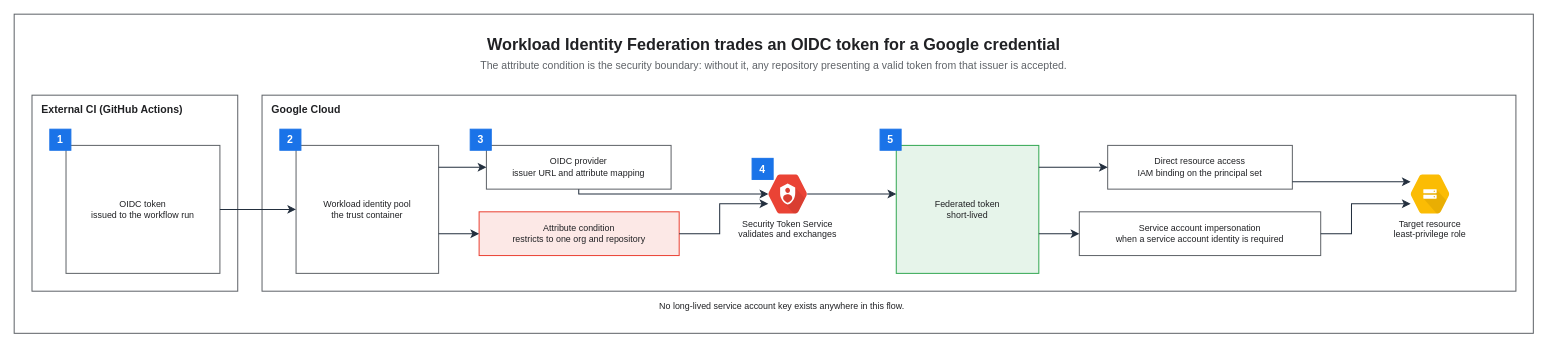
Above: assets/img/gcp/gcp-wif-token-exchange-flow.drawio in KKamJi98/kkamji98.github.io (draw.io), before the change. Source tidied: cells renumbered, new cells numbered last; positions are measured from the earlier drawing's top-left corner, leaving out a move shared by most shapes. Both pictures are drawn from the tidied source at 81%, with x=0, y=0 at pixel (14, 14).
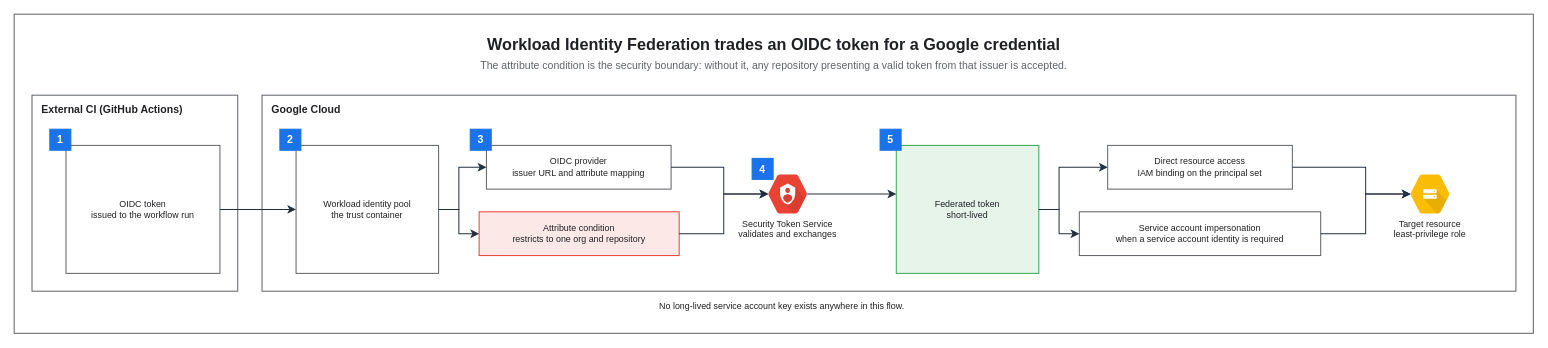
The same page after the edit.

Unchanged cells that the change refers to:
```xml
<mxCell id="8" value="Workload identity pool&#10;the trust container" style="rounded=0;whiteSpace=wrap;html=0;fillColor=#FFFFFF;strokeColor=#5F6368;fontColor=#202124;fontSize=11;fontStyle=0;align=center;verticalAlign=middle;spacingLeft=6;spacingRight=6;strokeWidth=1.25;" parent="1" vertex="1">
  <mxGeometry x="348" y="162" width="176" height="158" as="geometry" />
</mxCell>
<mxCell id="9" value="OIDC provider&#10;issuer URL and attribute mapping" style="rounded=0;whiteSpace=wrap;html=0;fillColor=#FFFFFF;strokeColor=#5F6368;fontColor=#202124;fontSize=11;fontStyle=0;align=center;verticalAlign=middle;spacingLeft=6;spacingRight=6;strokeWidth=1.25;" parent="1" vertex="1">
  <mxGeometry x="583" y="162" width="228" height="54" as="geometry" />
</mxCell>
<mxCell id="10" value="Attribute condition&#10;restricts to one org and repository" style="rounded=0;whiteSpace=wrap;html=0;fillColor=#FCE8E6;strokeColor=#EA4335;fontColor=#202124;fontSize=11;fontStyle=0;align=center;verticalAlign=middle;spacingLeft=6;spacingRight=6;strokeWidth=1.25;" parent="1" vertex="1">
  <mxGeometry x="574" y="244" width="247" height="54" as="geometry" />
</mxCell>
<mxCell id="11" value="Security Token Service&#10;validates and exchanges" style="sketch=0;outlineConnect=0;gradientColor=none;html=0;whiteSpace=nowrap;fontSize=11;fontStyle=0;fontColor=#202124;verticalLabelPosition=bottom;verticalAlign=top;align=center;labelBackgroundColor=none;fillColor=#EA4335;strokeColor=none;dashed=0;shape=mxgraph.gcp2.cloud_iam;" parent="1" vertex="1">
  <mxGeometry x="931" y="198" width="48" height="48" as="geometry" />
</mxCell>
<mxCell id="12" value="Federated token&#10;short-lived" style="rounded=0;whiteSpace=wrap;html=0;fillColor=#E6F4EA;strokeColor=#34A853;fontColor=#202124;fontSize=11;fontStyle=0;align=center;verticalAlign=middle;spacingLeft=6;spacingRight=6;strokeWidth=1.25;" parent="1" vertex="1">
  <mxGeometry x="1089" y="162" width="176" height="158" as="geometry" />
</mxCell>
<mxCell id="13" value="Direct resource access&#10;IAM binding on the principal set" style="rounded=0;whiteSpace=wrap;html=0;fillColor=#FFFFFF;strokeColor=#5F6368;fontColor=#202124;fontSize=11;fontStyle=0;align=center;verticalAlign=middle;spacingLeft=6;spacingRight=6;strokeWidth=1.25;" parent="1" vertex="1">
  <mxGeometry x="1350" y="162" width="228" height="54" as="geometry" />
</mxCell>
<mxCell id="14" value="Service account impersonation&#10;when a service account identity is required" style="rounded=0;whiteSpace=wrap;html=0;fillColor=#FFFFFF;strokeColor=#5F6368;fontColor=#202124;fontSize=11;fontStyle=0;align=center;verticalAlign=middle;spacingLeft=6;spacingRight=6;strokeWidth=1.25;" parent="1" vertex="1">
  <mxGeometry x="1315" y="244" width="298" height="54" as="geometry" />
</mxCell>
<mxCell id="15" value="Target resource&#10;least-privilege role" style="sketch=0;outlineConnect=0;gradientColor=none;html=0;whiteSpace=nowrap;fontSize=11;fontStyle=0;fontColor=#202124;verticalLabelPosition=bottom;verticalAlign=top;align=center;labelBackgroundColor=none;fillColor=#FBBC04;strokeColor=none;dashed=0;shape=mxgraph.gcp2.cloud_storage;" parent="1" vertex="1">
  <mxGeometry x="1724" y="198" width="48" height="48" as="geometry" />
</mxCell>
```

What changed in the source:
```diff
@@
-    <mxCell id="23" style="edgeStyle=orthogonalEdgeStyle;rounded=0;html=0;strokeColor=#232F3E;strokeWidth=1.25;endArrow=classic;endFill=1;endSize=7;fontSize=11;fontColor=#202124;labelBackgroundColor=none;jettySize=14;exitX=1;exitY=0.1709;entryX=0;entryY=0.5;exitDx=0;exitDy=0;entryDx=0;entryDy=0;" parent="1" edge="1" source="8" target="9">
-      <mxGeometry relative="1" as="geometry" />
+    <mxCell id="23" style="edgeStyle=orthogonalEdgeStyle;rounded=0;html=0;strokeColor=#232F3E;strokeWidth=1.25;endArrow=classic;endFill=1;endSize=7;fontSize=11;fontColor=#202124;labelBackgroundColor=none;jettySize=14;exitX=1;exitY=0.5;entryX=0;entryY=0.5;exitDx=0;exitDy=0;entryDx=0;entryDy=0;" parent="1" edge="1" source="8" target="9">
+      <mxGeometry relative="1" as="geometry">
+        <Array as="points">
+          <mxPoint x="549" y="241" />
+          <mxPoint x="549" y="189" />
+        </Array>
+      </mxGeometry>
     </mxCell>
-    <mxCell id="24" style="edgeStyle=orthogonalEdgeStyle;rounded=0;html=0;strokeColor=#232F3E;strokeWidth=1.25;endArrow=classic;endFill=1;endSize=7;fontSize=11;fontColor=#202124;labelBackgroundColor=none;jettySize=14;exitX=1;exitY=0.6899;entryX=0;entryY=0.5;exitDx=0;exitDy=0;entryDx=0;entryDy=0;" parent="1" edge="1" source="8" target="10">
-      <mxGeometry relative="1" as="geometry" />
+    <mxCell id="24" style="edgeStyle=orthogonalEdgeStyle;rounded=0;html=0;strokeColor=#232F3E;strokeWidth=1.25;endArrow=classic;endFill=1;endSize=7;fontSize=11;fontColor=#202124;labelBackgroundColor=none;jettySize=14;exitX=1;exitY=0.5;entryX=0;entryY=0.5;exitDx=0;exitDy=0;entryDx=0;entryDy=0;" parent="1" edge="1" source="8" target="10">
+      <mxGeometry relative="1" as="geometry">
+        <Array as="points">
+          <mxPoint x="549" y="241" />
+          <mxPoint x="549" y="271" />
+        </Array>
+      </mxGeometry>
     </mxCell>
-    <mxCell id="25" style="edgeStyle=orthogonalEdgeStyle;rounded=0;html=0;strokeColor=#232F3E;strokeWidth=1.25;endArrow=classic;endFill=1;endSize=7;fontSize=11;fontColor=#202124;labelBackgroundColor=none;jettySize=14;exitX=0.5;exitY=1;entryX=0;entryY=0.5;exitDx=0;exitDy=0;entryDx=0;entryDy=0;" parent="1" edge="1" source="9" target="11">
+    <mxCell id="25" style="edgeStyle=orthogonalEdgeStyle;rounded=0;html=0;strokeColor=#232F3E;strokeWidth=1.25;endArrow=classic;endFill=1;endSize=7;fontSize=11;fontColor=#202124;labelBackgroundColor=none;jettySize=14;exitX=1;exitY=0.5;entryX=0;entryY=0.5;exitDx=0;exitDy=0;entryDx=0;entryDy=0;" parent="1" edge="1" source="9" target="11">
       <mxGeometry relative="1" as="geometry">
         <Array as="points">
-          <mxPoint x="697" y="222" />
+          <mxPoint x="876" y="189" />
+          <mxPoint x="876" y="222" />
         </Array>
       </mxGeometry>
     </mxCell>
-    <mxCell id="26" style="edgeStyle=orthogonalEdgeStyle;rounded=0;html=0;strokeColor=#232F3E;strokeWidth=1.25;endArrow=classic;endFill=1;endSize=7;fontSize=11;fontColor=#202124;labelBackgroundColor=none;jettySize=14;exitX=1;exitY=0.5;entryX=0;entryY=0.75;exitDx=0;exitDy=0;entryDx=0;entryDy=0;" parent="1" edge="1" source="10" target="11">
+    <mxCell id="26" style="edgeStyle=orthogonalEdgeStyle;rounded=0;html=0;strokeColor=#232F3E;strokeWidth=1.25;endArrow=classic;endFill=1;endSize=7;fontSize=11;fontColor=#202124;labelBackgroundColor=none;jettySize=14;exitX=1;exitY=0.5;entryX=0;entryY=0.5;exitDx=0;exitDy=0;entryDx=0;entryDy=0;" parent="1" edge="1" source="10" target="11">
       <mxGeometry relative="1" as="geometry">
         <Array as="points">
-          <mxPoint x="871" y="271" />
-          <mxPoint x="871" y="234" />
+          <mxPoint x="876" y="271" />
+          <mxPoint x="876" y="222" />
         </Array>
       </mxGeometry>
     </mxCell>
@@
-    <mxCell id="28" style="edgeStyle=orthogonalEdgeStyle;rounded=0;html=0;strokeColor=#232F3E;strokeWidth=1.25;endArrow=classic;endFill=1;endSize=7;fontSize=11;fontColor=#202124;labelBackgroundColor=none;jettySize=14;exitX=1;exitY=0.1709;entryX=0;entryY=0.5;exitDx=0;exitDy=0;entryDx=0;entryDy=0;" parent="1" edge="1" source="12" target="13">
-      <mxGeometry relative="1" as="geometry" />
+    <mxCell id="28" style="edgeStyle=orthogonalEdgeStyle;rounded=0;html=0;strokeColor=#232F3E;strokeWidth=1.25;endArrow=classic;endFill=1;endSize=7;fontSize=11;fontColor=#202124;labelBackgroundColor=none;jettySize=14;exitX=1;exitY=0.5;entryX=0;entryY=0.5;exitDx=0;exitDy=0;entryDx=0;entryDy=0;" parent="1" edge="1" source="12" target="13">
+      <mxGeometry relative="1" as="geometry">
+        <Array as="points">
+          <mxPoint x="1290" y="241" />
+          <mxPoint x="1290" y="189" />
+        </Array>
+      </mxGeometry>
     </mxCell>
-    <mxCell id="29" style="edgeStyle=orthogonalEdgeStyle;rounded=0;html=0;strokeColor=#232F3E;strokeWidth=1.25;endArrow=classic;endFill=1;endSize=7;fontSize=11;fontColor=#202124;labelBackgroundColor=none;jettySize=14;exitX=1;exitY=0.6899;entryX=0;entryY=0.5;exitDx=0;exitDy=0;entryDx=0;entryDy=0;" parent="1" edge="1" source="12" target="14">
-      <mxGeometry relative="1" as="geometry" />
+    <mxCell id="29" style="edgeStyle=orthogonalEdgeStyle;rounded=0;html=0;strokeColor=#232F3E;strokeWidth=1.25;endArrow=classic;endFill=1;endSize=7;fontSize=11;fontColor=#202124;labelBackgroundColor=none;jettySize=14;exitX=1;exitY=0.5;entryX=0;entryY=0.5;exitDx=0;exitDy=0;entryDx=0;entryDy=0;" parent="1" edge="1" source="12" target="14">
+      <mxGeometry relative="1" as="geometry">
+        <Array as="points">
+          <mxPoint x="1290" y="241" />
+          <mxPoint x="1290" y="271" />
+        </Array>
+      </mxGeometry>
     </mxCell>
-    <mxCell id="30" style="edgeStyle=orthogonalEdgeStyle;rounded=0;html=0;strokeColor=#232F3E;strokeWidth=1.25;endArrow=classic;endFill=1;endSize=7;fontSize=11;fontColor=#202124;labelBackgroundColor=none;jettySize=14;exitX=1;exitY=0.8333;entryX=0;entryY=0.1875;exitDx=0;exitDy=0;entryDx=0;entryDy=0;" parent="1" edge="1" source="13" target="15">
-      <mxGeometry relative="1" as="geometry" />
+    <mxCell id="30" style="edgeStyle=orthogonalEdgeStyle;rounded=0;html=0;strokeColor=#232F3E;strokeWidth=1.25;endArrow=classic;endFill=1;endSize=7;fontSize=11;fontColor=#202124;labelBackgroundColor=none;jettySize=14;exitX=1;exitY=0.5;entryX=0;entryY=0.5;exitDx=0;exitDy=0;entryDx=0;entryDy=0;" parent="1" edge="1" source="13" target="15">
+      <mxGeometry relative="1" as="geometry">
+        <Array as="points">
+          <mxPoint x="1668.5" y="189" />
+          <mxPoint x="1668.5" y="222" />
+        </Array>
+      </mxGeometry>
     </mxCell>
-    <mxCell id="31" style="edgeStyle=orthogonalEdgeStyle;rounded=0;html=0;strokeColor=#232F3E;strokeWidth=1.25;endArrow=classic;endFill=1;endSize=7;fontSize=11;fontColor=#202124;labelBackgroundColor=none;jettySize=14;exitX=1;exitY=0.5;entryX=0;entryY=0.75;exitDx=0;exitDy=0;entryDx=0;entryDy=0;" parent="1" edge="1" source="14" target="15">
+    <mxCell id="31" style="edgeStyle=orthogonalEdgeStyle;rounded=0;html=0;strokeColor=#232F3E;strokeWidth=1.25;endArrow=classic;endFill=1;endSize=7;fontSize=11;fontColor=#202124;labelBackgroundColor=none;jettySize=14;exitX=1;exitY=0.5;entryX=0;entryY=0.5;exitDx=0;exitDy=0;entryDx=0;entryDy=0;" parent="1" edge="1" source="14" target="15">
       <mxGeometry relative="1" as="geometry">
         <Array as="points">
-          <mxPoint x="1651" y="271" />
-          <mxPoint x="1651" y="234" />
+          <mxPoint x="1668.5" y="271" />
+          <mxPoint x="1668.5" y="222" />
         </Array>
       </mxGeometry>
     </mxCell>
```
